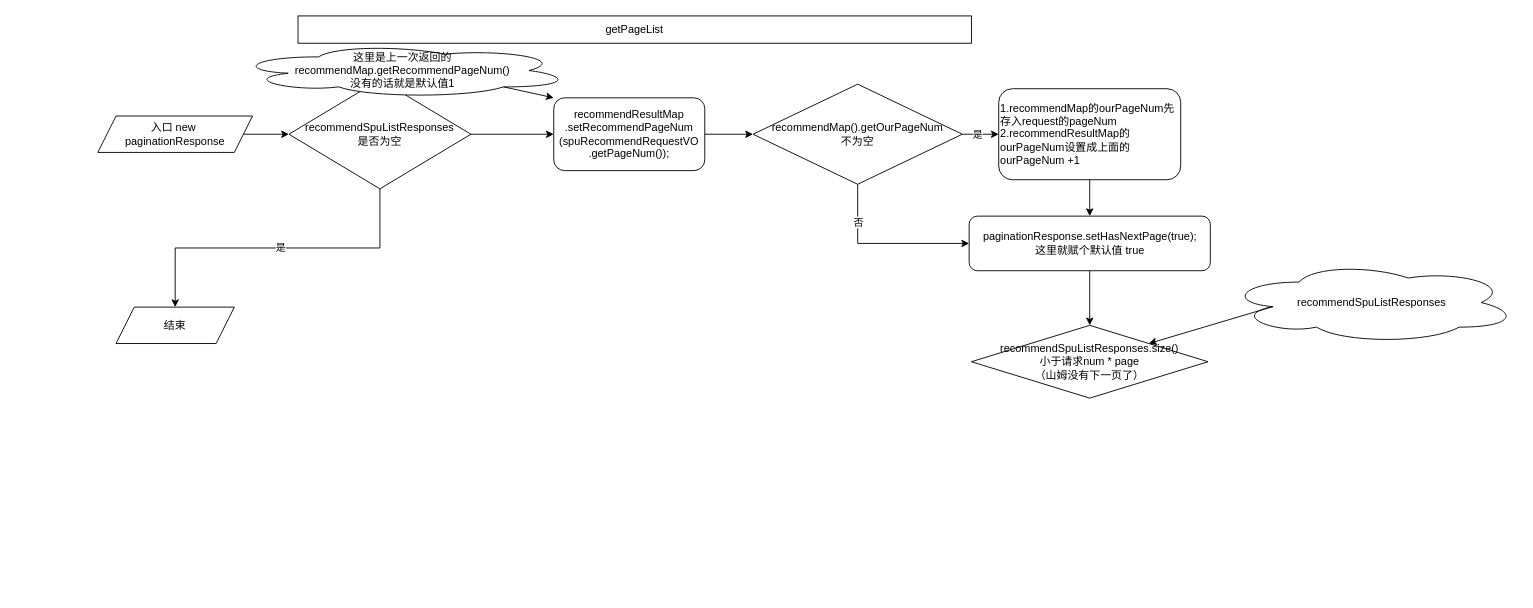
The draw.io diagram api/v1/sams/goods-sr-portal/categoryRecommendList/getPageList.drawio in xiehaixin/diagram-images, before the edit. Source tidied: cells renumbered, new cells numbered last; positions are measured from the earlier drawing's top-left corner, leaving out a move shared by most shapes. Both pictures are drawn from the tidied source at 91%, with x=0, y=0 at pixel (97, 15).
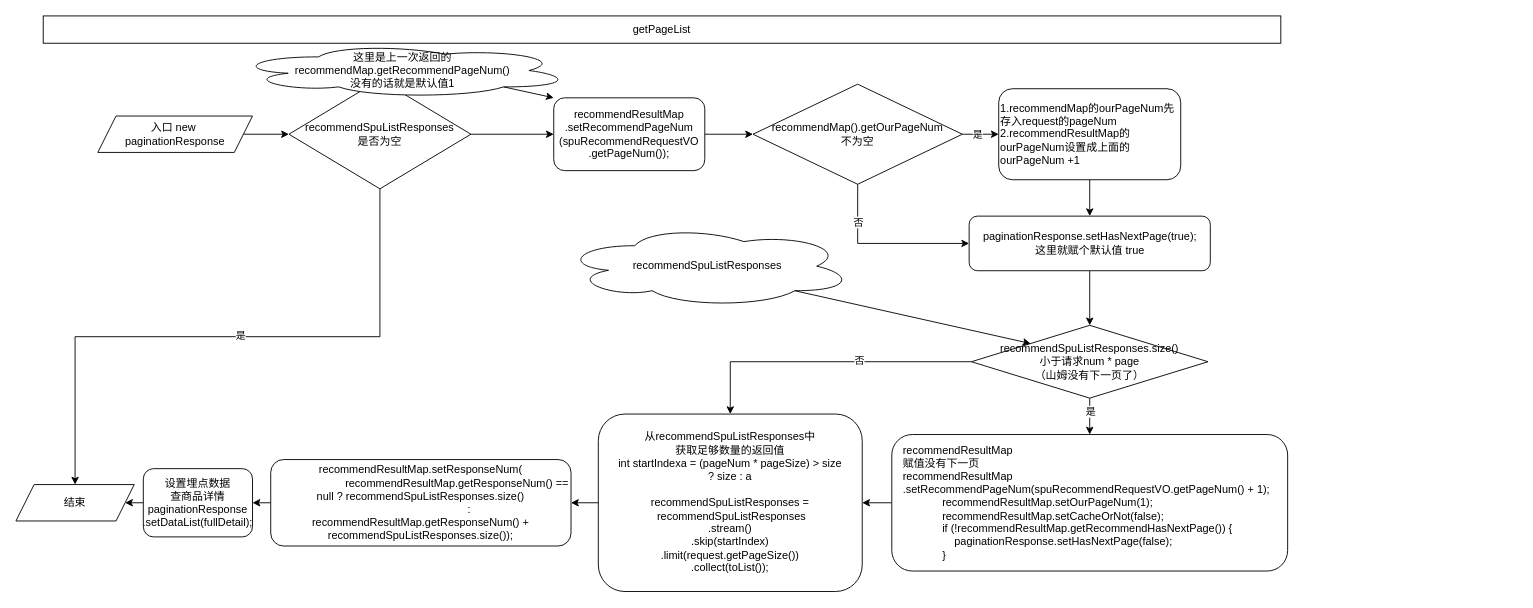
The same page after the edit.

Unchanged cells that the change refers to:
```xml
<mxCell id="23" value="recommendSpuListResponses.size() &lt;br&gt;小于请求num * page&lt;br&gt;（山姆没有下一页了）" style="rhombus;whiteSpace=wrap;html=1;" parent="1" vertex="1">
  <mxGeometry x="960" y="340" width="260" height="80" as="geometry" />
</mxCell>
```

Diff of the diagram source:
```diff
@@
     <mxCell id="2" value="getPageList" style="rounded=0;whiteSpace=wrap;html=1;" parent="1" vertex="1">
-      <mxGeometry x="220" width="740" height="30" as="geometry" />
+      <mxGeometry x="-60" width="1360" height="30" as="geometry" />
     </mxCell>
@@
     <mxCell id="5" value="结束" style="shape=parallelogram;perimeter=parallelogramPerimeter;whiteSpace=wrap;html=1;fixedSize=1;" parent="1" vertex="1">
-      <mxGeometry x="20" y="320" width="130" height="40" as="geometry" />
+      <mxGeometry x="-90" y="515" width="130" height="40" as="geometry" />
     </mxCell>
@@
+    <mxCell id="26" style="edgeStyle=orthogonalEdgeStyle;rounded=0;jettySize=auto;html=1;exitX=0.5;exitY=1;exitDx=0;exitDy=0;entryX=0.5;entryY=0;entryDx=0;entryDy=0;" parent="1" edge="1" source="23" target="31">
+      <mxGeometry relative="1" as="geometry" />
+    </mxCell>
+    <mxCell id="27" value="是" style="edgeLabel;html=1;align=center;verticalAlign=middle;" parent="26" vertex="1">
+      <mxGeometry x="-0.3" relative="1" as="geometry" />
+    </mxCell>
+    <mxCell id="28" style="edgeStyle=orthogonalEdgeStyle;rounded=0;jettySize=auto;html=1;exitX=0;exitY=0.5;exitDx=0;exitDy=0;entryX=0.5;entryY=0;entryDx=0;entryDy=0;" parent="1" edge="1" source="23" target="33">
+      <mxGeometry relative="1" as="geometry" />
+    </mxCell>
+    <mxCell id="29" value="否" style="edgeLabel;html=1;align=center;verticalAlign=middle;" parent="28" vertex="1">
+      <mxGeometry x="-0.23" y="-2" relative="1" as="geometry" />
+    </mxCell>
@@
     <mxCell id="24" value="recommendSpuListResponses" style="ellipse;shape=cloud;whiteSpace=wrap;html=1;" parent="1" vertex="1">
-      <mxGeometry x="1240" y="270" width="320" height="90" as="geometry" />
+      <mxGeometry x="510" y="230" width="320" height="90" as="geometry" />
     </mxCell>
-    <mxCell id="25" style="endArrow=classic;html=1;rounded=0;exitX=0.16;exitY=0.55;exitDx=0;exitDy=0;exitPerimeter=0;entryX=1;entryY=0;entryDx=0;entryDy=0;" parent="1" edge="1" source="24" target="23">
+    <mxCell id="25" style="endArrow=classic;html=1;rounded=0;exitX=0.8;exitY=0.8;exitDx=0;exitDy=0;exitPerimeter=0;entryX=0;entryY=0;entryDx=0;entryDy=0;" parent="1" edge="1" source="24" target="23">
       <mxGeometry relative="1" as="geometry" />
     </mxCell>
+    <mxCell id="30" style="edgeStyle=orthogonalEdgeStyle;rounded=0;jettySize=auto;html=1;exitX=0;exitY=0.5;exitDx=0;exitDy=0;entryX=1;entryY=0.5;entryDx=0;entryDy=0;" parent="1" edge="1" source="31" target="33">
+      <mxGeometry relative="1" as="geometry" />
+    </mxCell>
+    <mxCell id="31" value="&amp;nbsp; &amp;nbsp;recommendResultMap&lt;br&gt;&amp;nbsp; &amp;nbsp;赋值没有下一页&lt;br&gt;&lt;div&gt;&amp;nbsp; &amp;nbsp;recommendResultMap&lt;/div&gt;&lt;div&gt;&amp;nbsp; &amp;nbsp;.setRecommendPageNum(spuRecommendRequestVO.getPageNum() + 1);&lt;/div&gt;&lt;div&gt;&amp;nbsp; &amp;nbsp; &amp;nbsp; &amp;nbsp; &amp;nbsp; &amp;nbsp; &amp;nbsp; &amp;nbsp; recommendResultMap.setOurPageNum(1);&lt;/div&gt;&lt;div&gt;&amp;nbsp; &amp;nbsp; &amp;nbsp; &amp;nbsp; &amp;nbsp; &amp;nbsp; &amp;nbsp; &amp;nbsp; recommendResultMap.setCacheOrNot(false);&lt;/div&gt;&lt;div&gt;&amp;nbsp; &amp;nbsp; &amp;nbsp; &amp;nbsp; &amp;nbsp; &amp;nbsp; &amp;nbsp; &amp;nbsp; if (!recommendResultMap.getRecommendHasNextPage()) {&lt;/div&gt;&lt;div&gt;&amp;nbsp; &amp;nbsp; &amp;nbsp; &amp;nbsp; &amp;nbsp; &amp;nbsp; &amp;nbsp; &amp;nbsp; &amp;nbsp; &amp;nbsp; paginationResponse.setHasNextPage(false);&lt;/div&gt;&lt;div&gt;&amp;nbsp; &amp;nbsp; &amp;nbsp; &amp;nbsp; &amp;nbsp; &amp;nbsp; &amp;nbsp; &amp;nbsp; }&lt;/div&gt;" style="rounded=1;whiteSpace=wrap;html=1;align=left;" parent="1" vertex="1">
+      <mxGeometry x="872.5" y="460" width="435" height="150" as="geometry" />
+    </mxCell>
+    <mxCell id="32" style="edgeStyle=orthogonalEdgeStyle;rounded=0;jettySize=auto;html=1;exitX=0;exitY=0.5;exitDx=0;exitDy=0;entryX=1;entryY=0.5;entryDx=0;entryDy=0;" parent="1" edge="1" source="33" target="35">
+      <mxGeometry relative="1" as="geometry" />
+    </mxCell>
+    <mxCell id="33" value="从recommendSpuListResponses中&lt;br&gt;获取足够数量的返回值&lt;br&gt;int startIndexa = (pageNum * pageSize) &amp;gt; size &lt;br&gt;? size : a&lt;br&gt;&lt;br&gt;&lt;div&gt;recommendSpuListResponses =&lt;/div&gt;&lt;div&gt;&amp;nbsp;recommendSpuListResponses&lt;/div&gt;&lt;div&gt;.stream()&lt;/div&gt;&lt;div&gt;.skip(startIndex)&lt;/div&gt;&lt;div&gt;.limit(request.getPageSize())&lt;/div&gt;&lt;div&gt;&lt;span style=&quot;background-color: initial;&quot;&gt;.collect(toList());&lt;/span&gt;&lt;/div&gt;" style="rounded=1;whiteSpace=wrap;html=1;" parent="1" vertex="1">
+      <mxGeometry x="550" y="437.5" width="290" height="195" as="geometry" />
+    </mxCell>
+    <mxCell id="34" style="edgeStyle=orthogonalEdgeStyle;rounded=0;jettySize=auto;html=1;exitX=0;exitY=0.5;exitDx=0;exitDy=0;entryX=1;entryY=0.5;entryDx=0;entryDy=0;" parent="1" edge="1" source="35" target="37">
+      <mxGeometry relative="1" as="geometry" />
+    </mxCell>
+    <mxCell id="35" value="&lt;div&gt;recommendResultMap.setResponseNum(&lt;/div&gt;&lt;div&gt;&amp;nbsp; &amp;nbsp; &amp;nbsp; &amp;nbsp; &amp;nbsp; &amp;nbsp; &amp;nbsp; &amp;nbsp; &amp;nbsp; &amp;nbsp; &amp;nbsp; &amp;nbsp; recommendResultMap.getResponseNum() == null ? recommendSpuListResponses.size()&lt;/div&gt;&lt;div&gt;&amp;nbsp; &amp;nbsp; &amp;nbsp; &amp;nbsp; &amp;nbsp; &amp;nbsp; &amp;nbsp; &amp;nbsp; &amp;nbsp; &amp;nbsp; &amp;nbsp; &amp;nbsp; &amp;nbsp; &amp;nbsp; &amp;nbsp; &amp;nbsp; : recommendResultMap.getResponseNum() + recommendSpuListResponses.size());&lt;/div&gt;" style="rounded=1;whiteSpace=wrap;html=1;" parent="1" vertex="1">
+      <mxGeometry x="190" y="487.5" width="330" height="95" as="geometry" />
+    </mxCell>
+    <mxCell id="36" style="edgeStyle=orthogonalEdgeStyle;rounded=0;jettySize=auto;html=1;exitX=0;exitY=0.5;exitDx=0;exitDy=0;entryX=1;entryY=0.5;entryDx=0;entryDy=0;" parent="1" edge="1" source="37" target="5">
+      <mxGeometry relative="1" as="geometry" />
+    </mxCell>
+    <mxCell id="37" value="设置埋点数据&lt;br&gt;查商品详情&lt;br&gt;paginationResponse&lt;br&gt;.setDataList(fullDetail);" style="rounded=1;whiteSpace=wrap;html=1;" parent="1" vertex="1">
+      <mxGeometry x="50" y="497.5" width="120" height="75" as="geometry" />
+    </mxCell>
```
